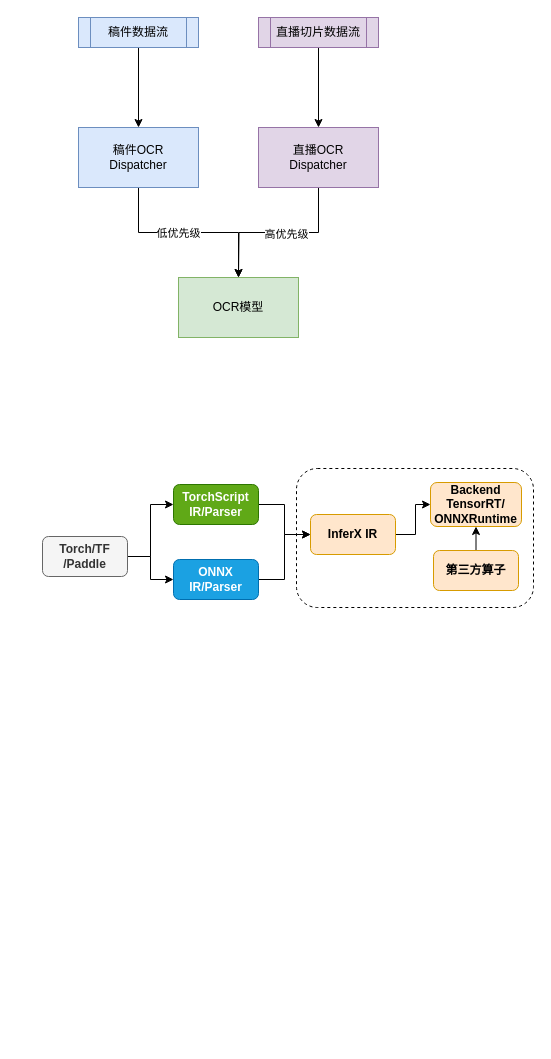
Earlier version of the draw.io diagram 41.drawio (johnsondeng/drawio). Source tidied: cells renumbered, new cells numbered last; positions are measured from the earlier drawing's top-left corner, leaving out a move shared by most shapes. Both pictures are drawn from the tidied source at 100%, with x=0, y=0 at pixel (42, 17).
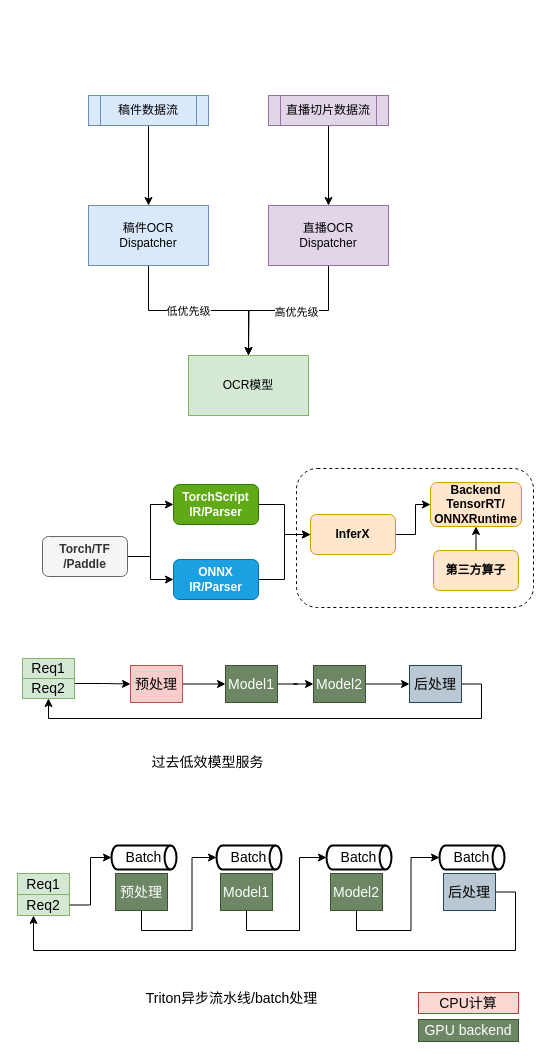
After the change.

What changed in the source:
```diff
@@
     <mxCell id="5" value="稿件OCR&lt;br&gt;Dispatcher" style="rounded=0;whiteSpace=wrap;html=1;fillColor=#dae8fc;strokeColor=#6c8ebf;" parent="1" vertex="1">
-      <mxGeometry x="36" y="110" width="120" height="60" as="geometry" />
+      <mxGeometry x="46" y="188" width="120" height="60" as="geometry" />
     </mxCell>
     <mxCell id="6" style="edgeStyle=orthogonalEdgeStyle;rounded=0;jettySize=auto;html=1;exitX=0.5;exitY=1;exitDx=0;exitDy=0;" parent="1" edge="1" source="8">
       <mxGeometry relative="1" as="geometry">
-        <mxPoint x="196" y="260" as="targetPoint" />
+        <mxPoint x="206" y="338" as="targetPoint" />
       </mxGeometry>
     </mxCell>
@@
     <mxCell id="8" value="直播OCR&lt;br&gt;Dispatcher" style="rounded=0;whiteSpace=wrap;html=1;fillColor=#e1d5e7;strokeColor=#9673a6;" parent="1" vertex="1">
-      <mxGeometry x="216" y="110" width="120" height="60" as="geometry" />
+      <mxGeometry x="226" y="188" width="120" height="60" as="geometry" />
     </mxCell>
     <mxCell id="9" value="OCR模型" style="rounded=0;whiteSpace=wrap;html=1;fillColor=#d5e8d4;strokeColor=#82b366;" parent="1" vertex="1">
-      <mxGeometry x="136" y="260" width="120" height="60" as="geometry" />
+      <mxGeometry x="146" y="338" width="120" height="60" as="geometry" />
     </mxCell>
@@
     <mxCell id="11" value="稿件数据流" style="shape=process;whiteSpace=wrap;html=1;backgroundOutline=1;fillColor=#dae8fc;strokeColor=#6c8ebf;" parent="1" vertex="1">
-      <mxGeometry x="36" width="120" height="30" as="geometry" />
+      <mxGeometry x="46" y="78" width="120" height="30" as="geometry" />
     </mxCell>
@@
     <mxCell id="13" value="直播切片数据流" style="shape=process;whiteSpace=wrap;html=1;backgroundOutline=1;fillColor=#e1d5e7;strokeColor=#9673a6;" parent="1" vertex="1">
-      <mxGeometry x="216" width="120" height="30" as="geometry" />
+      <mxGeometry x="226" y="78" width="120" height="30" as="geometry" />
     </mxCell>
@@
-    <mxCell id="22" value="InferX IR" style="rounded=1;whiteSpace=wrap;html=1;fillColor=#ffe6cc;strokeColor=#d79b00;fontStyle=1;" parent="1" vertex="1">
+    <mxCell id="22" value="InferX" style="rounded=1;whiteSpace=wrap;html=1;fillColor=#ffe6cc;strokeColor=#d79b00;fontStyle=1;" parent="1" vertex="1">
       <mxGeometry x="268" y="497" width="85" height="40" as="geometry" />
     </mxCell>
@@
+    <mxCell id="26" style="edgeStyle=orthogonalEdgeStyle;rounded=0;jettySize=auto;html=1;exitX=1;exitY=0.5;exitDx=0;exitDy=0;entryX=0;entryY=0.5;entryDx=0;entryDy=0;fontSize=14;" parent="1" edge="1" source="27" target="29">
+      <mxGeometry relative="1" as="geometry" />
+    </mxCell>
+    <mxCell id="27" value="预处理" style="rounded=0;whiteSpace=wrap;html=1;fillColor=#f8cecc;strokeColor=#b85450;fontSize=14;" parent="1" vertex="1">
+      <mxGeometry x="88" y="648" width="52" height="37" as="geometry" />
+    </mxCell>
+    <mxCell id="28" style="edgeStyle=orthogonalEdgeStyle;rounded=0;jettySize=auto;html=1;exitX=1;exitY=0.5;exitDx=0;exitDy=0;fontSize=14;" parent="1" edge="1" source="29" target="31">
+      <mxGeometry relative="1" as="geometry" />
+    </mxCell>
+    <mxCell id="29" value="Model1" style="rounded=0;whiteSpace=wrap;html=1;fillColor=#6d8764;strokeColor=#3A5431;fontColor=#ffffff;fontSize=14;" parent="1" vertex="1">
+      <mxGeometry x="183" y="648" width="52" height="37" as="geometry" />
+    </mxCell>
+    <mxCell id="30" style="edgeStyle=orthogonalEdgeStyle;rounded=0;jettySize=auto;html=1;exitX=1;exitY=0.5;exitDx=0;exitDy=0;entryX=0;entryY=0.5;entryDx=0;entryDy=0;fontSize=14;" parent="1" edge="1" source="31" target="33">
+      <mxGeometry relative="1" as="geometry" />
+    </mxCell>
+    <mxCell id="31" value="Model2" style="rounded=0;whiteSpace=wrap;html=1;fillColor=#6d8764;strokeColor=#3A5431;fontColor=#ffffff;fontSize=14;" parent="1" vertex="1">
+      <mxGeometry x="271" y="648" width="52" height="37" as="geometry" />
+    </mxCell>
+    <mxCell id="32" style="edgeStyle=orthogonalEdgeStyle;rounded=0;jettySize=auto;html=1;exitX=1;exitY=0.5;exitDx=0;exitDy=0;entryX=0.5;entryY=1;entryDx=0;entryDy=0;fontSize=14;" parent="1" edge="1" source="33" target="47">
+      <mxGeometry relative="1" as="geometry" />
+    </mxCell>
+    <mxCell id="33" value="后处理" style="rounded=0;whiteSpace=wrap;html=1;fillColor=#bac8d3;strokeColor=#23445d;fontSize=14;" parent="1" vertex="1">
+      <mxGeometry x="367" y="648" width="52" height="37" as="geometry" />
+    </mxCell>
+    <mxCell id="34" value="Req1" style="rounded=0;whiteSpace=wrap;html=1;fillColor=#d5e8d4;strokeColor=#82b366;fontSize=14;" parent="1" vertex="1">
+      <mxGeometry x="-20" y="641" width="52" height="20" as="geometry" />
+    </mxCell>
+    <mxCell id="35" value="预处理" style="rounded=0;whiteSpace=wrap;html=1;fillColor=#6d8764;strokeColor=#3A5431;fontColor=#ffffff;fontSize=14;" parent="1" vertex="1">
+      <mxGeometry x="73" y="856" width="52" height="37" as="geometry" />
+    </mxCell>
+    <mxCell id="36" value="Batch" style="strokeWidth=2;html=1;shape=mxgraph.flowchart.direct_data;whiteSpace=wrap;fontSize=14;" parent="1" vertex="1">
+      <mxGeometry x="69" y="828" width="65" height="24" as="geometry" />
+    </mxCell>
+    <mxCell id="37" value="Model1" style="rounded=0;whiteSpace=wrap;html=1;fillColor=#6d8764;strokeColor=#3A5431;fontColor=#ffffff;fontSize=14;" parent="1" vertex="1">
+      <mxGeometry x="178" y="856" width="52" height="37" as="geometry" />
+    </mxCell>
+    <mxCell id="38" value="Batch" style="strokeWidth=2;html=1;shape=mxgraph.flowchart.direct_data;whiteSpace=wrap;fontSize=14;" parent="1" vertex="1">
+      <mxGeometry x="174" y="828" width="65" height="24" as="geometry" />
+    </mxCell>
+    <mxCell id="39" value="Model2" style="rounded=0;whiteSpace=wrap;html=1;fillColor=#6d8764;strokeColor=#3A5431;fontColor=#ffffff;fontSize=14;" parent="1" vertex="1">
+      <mxGeometry x="288" y="856" width="52" height="37" as="geometry" />
+    </mxCell>
+    <mxCell id="40" value="Batch" style="strokeWidth=2;html=1;shape=mxgraph.flowchart.direct_data;whiteSpace=wrap;fontSize=14;" parent="1" vertex="1">
+      <mxGeometry x="284" y="828" width="65" height="24" as="geometry" />
+    </mxCell>
+    <mxCell id="41" style="edgeStyle=orthogonalEdgeStyle;rounded=0;jettySize=auto;html=1;exitX=1;exitY=0.5;exitDx=0;exitDy=0;fontSize=14;" parent="1" edge="1" source="42" target="45">
+      <mxGeometry relative="1" as="geometry">
+        <Array as="points">
+          <mxPoint x="473" y="875" />
+          <mxPoint x="473" y="933" />
+          <mxPoint x="-9" y="933" />
+        </Array>
+      </mxGeometry>
+    </mxCell>
+    <mxCell id="42" value="后处理" style="rounded=0;whiteSpace=wrap;html=1;fillColor=#bac8d3;strokeColor=#23445d;fontSize=14;" parent="1" vertex="1">
+      <mxGeometry x="401" y="856" width="52" height="37" as="geometry" />
+    </mxCell>
+    <mxCell id="43" value="Batch" style="strokeWidth=2;html=1;shape=mxgraph.flowchart.direct_data;whiteSpace=wrap;fontSize=14;" parent="1" vertex="1">
+      <mxGeometry x="397" y="828" width="65" height="24" as="geometry" />
+    </mxCell>
+    <mxCell id="44" value="Req1" style="rounded=0;whiteSpace=wrap;html=1;fillColor=#d5e8d4;strokeColor=#82b366;fontSize=14;" parent="1" vertex="1">
+      <mxGeometry x="-25" y="856" width="52" height="21" as="geometry" />
+    </mxCell>
+    <mxCell id="45" value="Req2" style="rounded=0;whiteSpace=wrap;html=1;fillColor=#d5e8d4;strokeColor=#82b366;fontSize=14;" parent="1" vertex="1">
+      <mxGeometry x="-25" y="877" width="52" height="21" as="geometry" />
+    </mxCell>
+    <mxCell id="46" style="edgeStyle=orthogonalEdgeStyle;rounded=0;jettySize=auto;html=1;exitX=1;exitY=0.25;exitDx=0;exitDy=0;entryX=0;entryY=0.5;entryDx=0;entryDy=0;fontSize=14;" parent="1" edge="1" source="47" target="27">
+      <mxGeometry relative="1" as="geometry" />
+    </mxCell>
+    <mxCell id="47" value="Req2" style="rounded=0;whiteSpace=wrap;html=1;fillColor=#d5e8d4;strokeColor=#82b366;fontSize=14;" parent="1" vertex="1">
+      <mxGeometry x="-20" y="661" width="52" height="20" as="geometry" />
+    </mxCell>
+    <mxCell id="48" style="edgeStyle=orthogonalEdgeStyle;rounded=0;jettySize=auto;html=1;exitX=1;exitY=0.5;exitDx=0;exitDy=0;entryX=0;entryY=0.5;entryDx=0;entryDy=0;entryPerimeter=0;fontSize=14;" parent="1" edge="1" source="45" target="36">
+      <mxGeometry relative="1" as="geometry" />
+    </mxCell>
+    <mxCell id="49" style="edgeStyle=orthogonalEdgeStyle;rounded=0;jettySize=auto;html=1;exitX=0.5;exitY=1;exitDx=0;exitDy=0;entryX=0;entryY=0.5;entryDx=0;entryDy=0;entryPerimeter=0;fontSize=14;" parent="1" edge="1" source="35" target="38">
+      <mxGeometry relative="1" as="geometry" />
+    </mxCell>
+    <mxCell id="50" style="edgeStyle=orthogonalEdgeStyle;rounded=0;jettySize=auto;html=1;exitX=0.5;exitY=1;exitDx=0;exitDy=0;entryX=0;entryY=0.5;entryDx=0;entryDy=0;entryPerimeter=0;fontSize=14;" parent="1" edge="1" source="37" target="40">
+      <mxGeometry relative="1" as="geometry" />
+    </mxCell>
+    <mxCell id="51" style="edgeStyle=orthogonalEdgeStyle;rounded=0;jettySize=auto;html=1;exitX=0.5;exitY=1;exitDx=0;exitDy=0;entryX=0;entryY=0.5;entryDx=0;entryDy=0;entryPerimeter=0;fontSize=14;" parent="1" edge="1" source="39" target="43">
+      <mxGeometry relative="1" as="geometry" />
+    </mxCell>
+    <mxCell id="52" value="GPU backend" style="rounded=0;whiteSpace=wrap;html=1;fillColor=#6d8764;strokeColor=#3A5431;fontColor=#ffffff;fontSize=14;" parent="1" vertex="1">
+      <mxGeometry x="376" y="1002" width="100" height="22" as="geometry" />
+    </mxCell>
+    <mxCell id="53" value="CPU计算" style="rounded=0;whiteSpace=wrap;html=1;fillColor=#fad9d5;strokeColor=#ae4132;fontSize=14;" parent="1" vertex="1">
+      <mxGeometry x="376" y="975" width="100" height="21" as="geometry" />
+    </mxCell>
+    <mxCell id="54" value="过去低效&lt;span style=&quot;background-color: initial; font-size: 14px;&quot;&gt;模型服务&lt;/span&gt;" style="text;html=1;align=center;verticalAlign=middle;strokeColor=none;fillColor=none;strokeWidth=1;fontSize=14;" parent="1" vertex="1">
+      <mxGeometry x="100" y="730" width="130" height="29" as="geometry" />
+    </mxCell>
+    <mxCell id="55" value="Triton&lt;span style=&quot;background-color: initial; font-size: 14px;&quot;&gt;异步流水线/batch处理&lt;/span&gt;" style="text;html=1;align=center;verticalAlign=middle;strokeColor=none;fillColor=none;fontSize=14;" parent="1" vertex="1">
+      <mxGeometry x="94" y="966" width="189" height="29" as="geometry" />
+    </mxCell>
```
